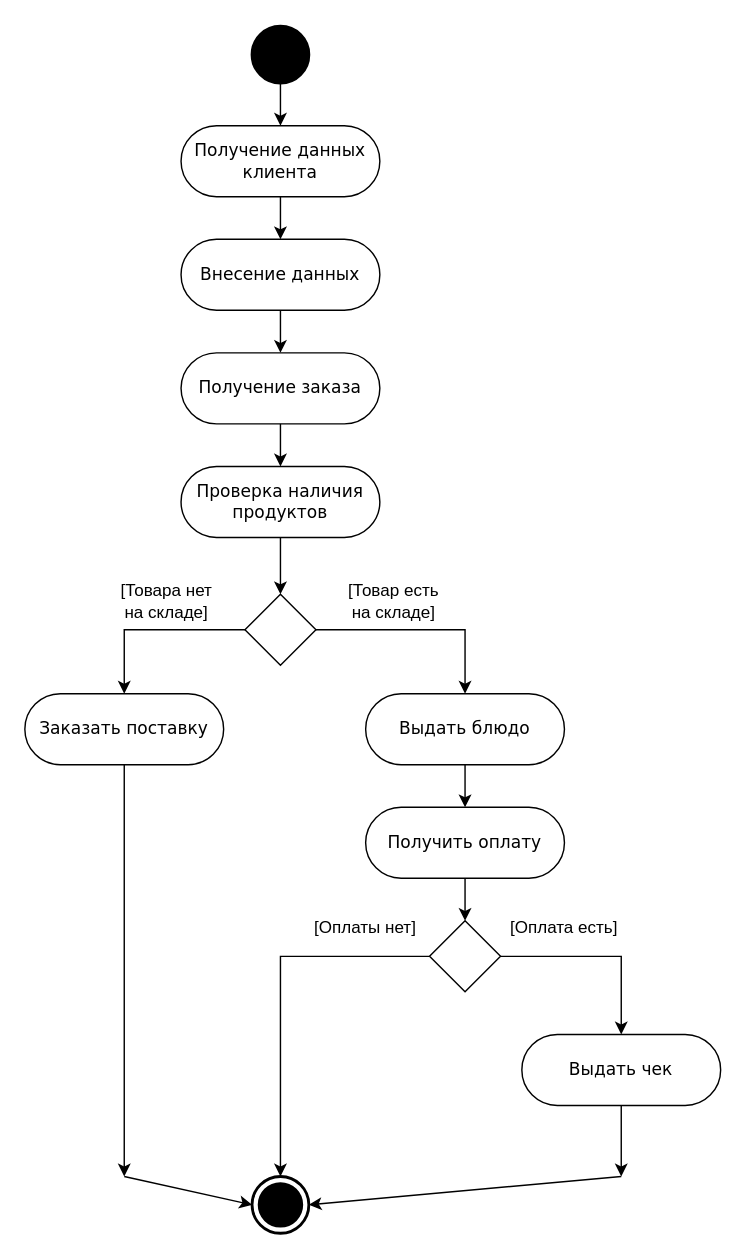
Above: Design/Activity[2-3].drawio in miragiee/Barashek-Shawn (draw.io), before the change. Source tidied: cells renumbered, new cells numbered last; positions are measured from the earlier drawing's top-left corner, leaving out a move shared by most shapes. Both pictures are drawn from the tidied source at 142%, with x=0, y=0 at pixel (24, 26).
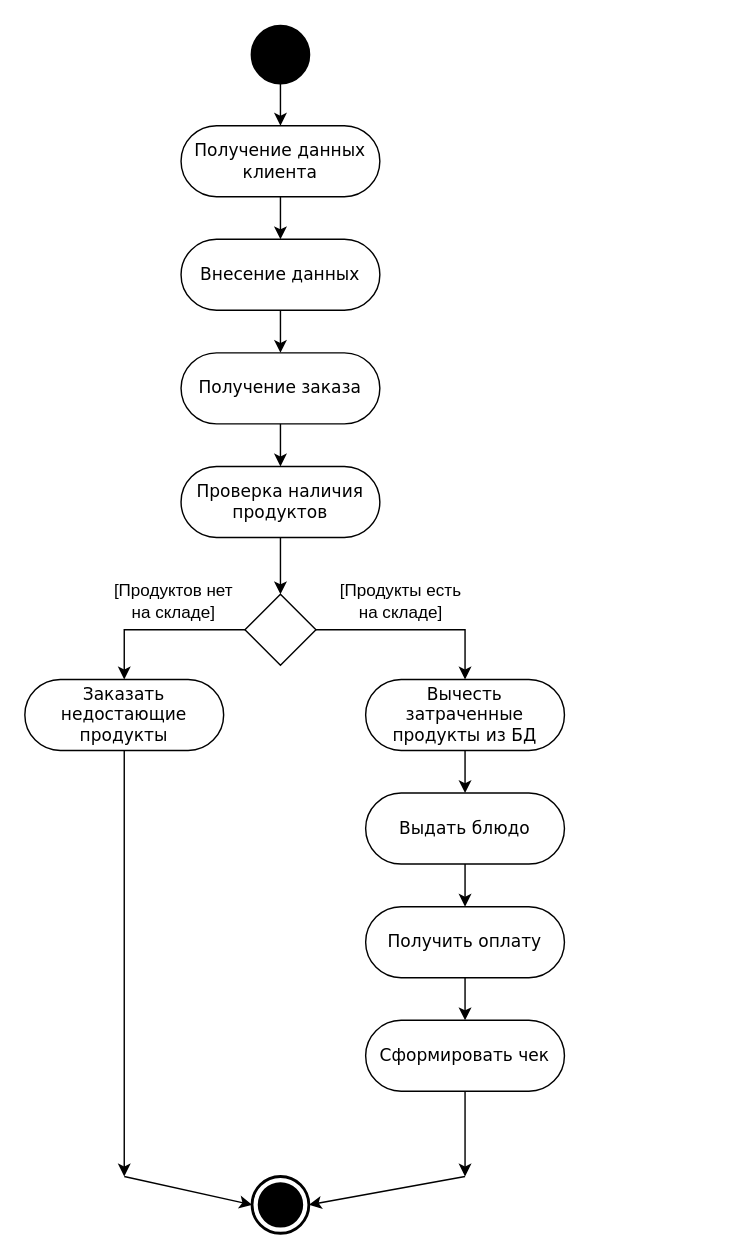
After the change.

The change refers to these unchanged cells:
```xml
<mxCell id="5" value="Получение данных клиента" style="rounded=1;whiteSpace=wrap;html=1;shadow=0;comic=0;labelBackgroundColor=none;strokeWidth=1;fontFamily=Verdana;fontSize=12;align=center;arcSize=50;" parent="1" vertex="1">
  <mxGeometry x="110" y="70" width="140" height="50" as="geometry" />
</mxCell>
<mxCell id="12" value="Проверка наличия продуктов" style="rounded=1;whiteSpace=wrap;html=1;shadow=0;comic=0;labelBackgroundColor=none;strokeWidth=1;fontFamily=Verdana;fontSize=12;align=center;arcSize=50;" parent="1" vertex="1">
  <mxGeometry x="110" y="310" width="140" height="50" as="geometry" />
</mxCell>
```

The edit, as a diff of the source:
```diff
@@
-    <mxCell id="2" style="edgeStyle=orthogonalEdgeStyle;rounded=0;jettySize=auto;html=1;" parent="1" edge="1" source="3" target="5">
-      <mxGeometry relative="1" as="geometry" />
-    </mxCell>
-    <mxCell id="3" style="shape=ellipse;html=1;fillColor=strokeColor;strokeWidth=2;verticalLabelPosition=bottom;verticalAlignment=top;perimeter=ellipsePerimeter;" parent="1" vertex="1">
-      <mxGeometry x="160" width="40" height="40" as="geometry" />
-    </mxCell>
+    <mxCell id="33" style="edgeStyle=orthogonalEdgeStyle;rounded=0;jettySize=auto;html=1;" parent="1" edge="1" source="34" target="5">
+      <mxGeometry relative="1" as="geometry" />
+    </mxCell>
+    <mxCell id="34" style="shape=ellipse;html=1;fillColor=strokeColor;strokeWidth=2;verticalLabelPosition=bottom;verticalAlignment=top;perimeter=ellipsePerimeter;" parent="1" vertex="1">
+      <mxGeometry x="160" width="40" height="40" as="geometry" />
+    </mxCell>
@@
-    <mxCell id="8" style="html=1;shape=mxgraph.sysml.actFinal;strokeWidth=2;verticalLabelPosition=bottom;verticalAlignment=top;" parent="1" vertex="1">
-      <mxGeometry x="160" y="810" width="40" height="40" as="geometry" />
-    </mxCell>
+    <mxCell id="35" style="html=1;shape=mxgraph.sysml.actFinal;strokeWidth=2;verticalLabelPosition=bottom;verticalAlignment=top;" parent="1" vertex="1">
+      <mxGeometry x="160" y="810" width="40" height="40" as="geometry" />
+    </mxCell>
@@
-    <mxCell id="11" style="edgeStyle=orthogonalEdgeStyle;rounded=0;jettySize=auto;html=1;" parent="1" edge="1" source="12" target="15">
-      <mxGeometry relative="1" as="geometry" />
-    </mxCell>
+    <mxCell id="36" style="edgeStyle=orthogonalEdgeStyle;rounded=0;jettySize=auto;html=1;" parent="1" edge="1" source="12" target="39">
+      <mxGeometry relative="1" as="geometry" />
+    </mxCell>
@@
-    <mxCell id="13" style="edgeStyle=orthogonalEdgeStyle;rounded=0;jettySize=auto;html=1;entryX=0.5;entryY=0;entryDx=0;entryDy=0;" parent="1" edge="1" source="15" target="19">
-      <mxGeometry relative="1" as="geometry" />
-    </mxCell>
-    <mxCell id="14" style="edgeStyle=orthogonalEdgeStyle;rounded=0;jettySize=auto;html=1;entryX=0.5;entryY=0;entryDx=0;entryDy=0;" parent="1" edge="1" source="15" target="21">
-      <mxGeometry relative="1" as="geometry" />
-    </mxCell>
-    <mxCell id="15" style="rhombus;whiteSpace=wrap;html=1;" parent="1" vertex="1">
-      <mxGeometry x="155" y="400" width="50" height="50" as="geometry" />
-    </mxCell>
-    <mxCell id="16" value="[Товар есть на складе]" style="text;html=1;whiteSpace=wrap;strokeColor=none;fillColor=none;align=center;verticalAlign=middle;rounded=0;" parent="1" vertex="1">
-      <mxGeometry x="220" y="390" width="80" height="30" as="geometry" />
-    </mxCell>
-    <mxCell id="17" value="[Товара нет на складе]" style="text;html=1;whiteSpace=wrap;strokeColor=none;fillColor=none;align=center;verticalAlign=middle;rounded=0;" parent="1" vertex="1">
-      <mxGeometry x="60" y="390" width="80" height="30" as="geometry" />
-    </mxCell>
-    <mxCell id="18" style="edgeStyle=orthogonalEdgeStyle;rounded=0;jettySize=auto;html=1;entryX=0.5;entryY=0;entryDx=0;entryDy=0;" parent="1" edge="1" source="19">
-      <mxGeometry relative="1" as="geometry">
-        <mxPoint x="310" y="550" as="targetPoint" />
-      </mxGeometry>
-    </mxCell>
+    <mxCell id="37" style="edgeStyle=orthogonalEdgeStyle;rounded=0;jettySize=auto;html=1;entryX=0.5;entryY=0;entryDx=0;entryDy=0;" parent="1" edge="1" source="51" target="19">
+      <mxGeometry relative="1" as="geometry" />
+    </mxCell>
+    <mxCell id="38" style="edgeStyle=orthogonalEdgeStyle;rounded=0;jettySize=auto;html=1;entryX=0.5;entryY=0;entryDx=0;entryDy=0;" parent="1" edge="1" source="39" target="44">
+      <mxGeometry relative="1" as="geometry" />
+    </mxCell>
+    <mxCell id="39" style="rhombus;whiteSpace=wrap;html=1;" parent="1" vertex="1">
+      <mxGeometry x="155" y="400" width="50" height="50" as="geometry" />
+    </mxCell>
+    <mxCell id="40" value="[Продукты есть на складе]" style="text;html=1;whiteSpace=wrap;strokeColor=none;fillColor=none;align=center;verticalAlign=middle;rounded=0;" parent="1" vertex="1">
+      <mxGeometry x="220" y="390" width="90" height="30" as="geometry" />
+    </mxCell>
+    <mxCell id="41" value="[Продуктов нет на складе]" style="text;html=1;whiteSpace=wrap;strokeColor=none;fillColor=none;align=center;verticalAlign=middle;rounded=0;" parent="1" vertex="1">
+      <mxGeometry x="60" y="390" width="90" height="30" as="geometry" />
+    </mxCell>
+    <mxCell id="42" style="edgeStyle=orthogonalEdgeStyle;rounded=0;jettySize=auto;html=1;entryX=0.5;entryY=0;entryDx=0;entryDy=0;" parent="1" edge="1" source="19" target="23">
+      <mxGeometry relative="1" as="geometry" />
+    </mxCell>
     <mxCell id="19" value="Выдать блюдо" style="rounded=1;whiteSpace=wrap;html=1;shadow=0;comic=0;labelBackgroundColor=none;strokeWidth=1;fontFamily=Verdana;fontSize=12;align=center;arcSize=50;" parent="1" vertex="1">
-      <mxGeometry x="240" y="470" width="140" height="50" as="geometry" />
+      <mxGeometry x="240" y="540" width="140" height="50" as="geometry" />
     </mxCell>
-    <mxCell id="20" style="edgeStyle=orthogonalEdgeStyle;rounded=0;jettySize=auto;html=1;" parent="1" edge="1" source="21">
-      <mxGeometry relative="1" as="geometry">
-        <mxPoint x="70" y="810" as="targetPoint" />
-      </mxGeometry>
-    </mxCell>
-    <mxCell id="21" value="Заказать поставку" style="rounded=1;whiteSpace=wrap;html=1;shadow=0;comic=0;labelBackgroundColor=none;strokeWidth=1;fontFamily=Verdana;fontSize=12;align=center;arcSize=50;" parent="1" vertex="1">
-      <mxGeometry y="470" width="140" height="50" as="geometry" />
-    </mxCell>
-    <mxCell id="22" style="edgeStyle=orthogonalEdgeStyle;rounded=0;jettySize=auto;html=1;entryX=0.5;entryY=0;entryDx=0;entryDy=0;" parent="1" edge="1" source="23" target="25">
-      <mxGeometry relative="1" as="geometry" />
-    </mxCell>
+    <mxCell id="43" style="edgeStyle=orthogonalEdgeStyle;rounded=0;jettySize=auto;html=1;exitX=0.5;exitY=1;exitDx=0;exitDy=0;" parent="1" edge="1" source="44">
+      <mxGeometry relative="1" as="geometry">
+        <mxPoint x="70" y="810" as="targetPoint" />
+      </mxGeometry>
+    </mxCell>
+    <mxCell id="44" value="Заказать недостающие продукты" style="rounded=1;whiteSpace=wrap;html=1;shadow=0;comic=0;labelBackgroundColor=none;strokeWidth=1;fontFamily=Verdana;fontSize=12;align=center;arcSize=50;" parent="1" vertex="1">
+      <mxGeometry y="460" width="140" height="50" as="geometry" />
+    </mxCell>
+    <mxCell id="45" style="edgeStyle=orthogonalEdgeStyle;rounded=0;jettySize=auto;html=1;entryX=0.5;entryY=0;entryDx=0;entryDy=0;" parent="1" edge="1" source="23" target="47">
+      <mxGeometry relative="1" as="geometry" />
+    </mxCell>
     <mxCell id="23" value="Получить оплату" style="rounded=1;whiteSpace=wrap;html=1;shadow=0;comic=0;labelBackgroundColor=none;strokeWidth=1;fontFamily=Verdana;fontSize=12;align=center;arcSize=50;" parent="1" vertex="1">
-      <mxGeometry x="240" y="550" width="140" height="50" as="geometry" />
+      <mxGeometry x="240" y="620" width="140" height="50" as="geometry" />
     </mxCell>
-    <mxCell id="24" style="edgeStyle=orthogonalEdgeStyle;rounded=0;jettySize=auto;html=1;entryX=0.5;entryY=0;entryDx=0;entryDy=0;" parent="1" edge="1" source="25" target="27">
-      <mxGeometry relative="1" as="geometry" />
-    </mxCell>
-    <mxCell id="25" style="rhombus;whiteSpace=wrap;html=1;" parent="1" vertex="1">
-      <mxGeometry x="285" y="630" width="50" height="50" as="geometry" />
-    </mxCell>
-    <mxCell id="26" style="edgeStyle=orthogonalEdgeStyle;rounded=0;jettySize=auto;html=1;" parent="1" edge="1" source="27">
-      <mxGeometry relative="1" as="geometry">
-        <mxPoint x="420" y="810" as="targetPoint" />
-      </mxGeometry>
-    </mxCell>
-    <mxCell id="27" value="Выдать чек" style="rounded=1;whiteSpace=wrap;html=1;shadow=0;comic=0;labelBackgroundColor=none;strokeWidth=1;fontFamily=Verdana;fontSize=12;align=center;arcSize=50;" parent="1" vertex="1">
-      <mxGeometry x="350" y="710" width="140" height="50" as="geometry" />
-    </mxCell>
-    <mxCell id="28" value="[Оплата есть]" style="text;html=1;whiteSpace=wrap;strokeColor=none;fillColor=none;align=center;verticalAlign=middle;rounded=0;" parent="1" vertex="1">
-      <mxGeometry x="340" y="620" width="80" height="30" as="geometry" />
-    </mxCell>
-    <mxCell id="29" value="[Оплаты нет]" style="text;html=1;whiteSpace=wrap;strokeColor=none;fillColor=none;align=center;verticalAlign=middle;rounded=0;" parent="1" vertex="1">
-      <mxGeometry x="200" y="620" width="80" height="30" as="geometry" />
-    </mxCell>
-    <mxCell id="30" style="edgeStyle=orthogonalEdgeStyle;rounded=0;jettySize=auto;html=1;entryX=0.5;entryY=0;entryDx=0;entryDy=0;entryPerimeter=0;" parent="1" edge="1" source="25" target="8">
-      <mxGeometry relative="1" as="geometry" />
-    </mxCell>
-    <mxCell id="31" style="rounded=0;jettySize=auto;html=1;entryX=1;entryY=0.5;entryDx=0;entryDy=0;entryPerimeter=0;strokeColor=default;shadow=0;flowAnimation=0;" parent="1" edge="1" target="8">
-      <mxGeometry relative="1" as="geometry">
-        <mxPoint x="420" y="810" as="sourcePoint" />
-      </mxGeometry>
-    </mxCell>
-    <mxCell id="32" style="rounded=0;jettySize=auto;html=1;entryX=0;entryY=0.5;entryDx=0;entryDy=0;entryPerimeter=0;strokeColor=default;shadow=0;flowAnimation=0;" parent="1" edge="1" target="8">
-      <mxGeometry relative="1" as="geometry">
-        <mxPoint x="70" y="810" as="sourcePoint" />
-      </mxGeometry>
-    </mxCell>
+    <mxCell id="46" style="edgeStyle=orthogonalEdgeStyle;rounded=0;jettySize=auto;html=1;" parent="1" edge="1" source="47">
+      <mxGeometry relative="1" as="geometry">
+        <mxPoint x="310" y="810" as="targetPoint" />
+        <Array as="points">
+          <mxPoint x="310" y="810" />
+        </Array>
+      </mxGeometry>
+    </mxCell>
+    <mxCell id="47" value="Сформировать чек" style="rounded=1;whiteSpace=wrap;html=1;shadow=0;comic=0;labelBackgroundColor=none;strokeWidth=1;fontFamily=Verdana;fontSize=12;align=center;arcSize=50;" parent="1" vertex="1">
+      <mxGeometry x="240" y="700" width="140" height="50" as="geometry" />
+    </mxCell>
+    <mxCell id="48" style="rounded=0;jettySize=auto;html=1;entryX=1;entryY=0.5;entryDx=0;entryDy=0;entryPerimeter=0;strokeColor=default;shadow=0;flowAnimation=0;" parent="1" edge="1" target="35">
+      <mxGeometry relative="1" as="geometry">
+        <mxPoint x="310" y="810" as="sourcePoint" />
+      </mxGeometry>
+    </mxCell>
+    <mxCell id="49" style="rounded=0;jettySize=auto;html=1;entryX=0;entryY=0.5;entryDx=0;entryDy=0;entryPerimeter=0;strokeColor=default;shadow=0;flowAnimation=0;" parent="1" edge="1" target="35">
+      <mxGeometry relative="1" as="geometry">
+        <mxPoint x="70" y="810" as="sourcePoint" />
+      </mxGeometry>
+    </mxCell>
+    <mxCell id="50" style="edgeStyle=orthogonalEdgeStyle;rounded=0;jettySize=auto;html=1;entryX=0.5;entryY=0;entryDx=0;entryDy=0;" parent="1" edge="1" source="39" target="51">
+      <mxGeometry relative="1" as="geometry" />
+    </mxCell>
+    <mxCell id="51" value="Вычесть затраченные продукты из БД" style="rounded=1;whiteSpace=wrap;html=1;shadow=0;comic=0;labelBackgroundColor=none;strokeWidth=1;fontFamily=Verdana;fontSize=12;align=center;arcSize=50;" parent="1" vertex="1">
+      <mxGeometry x="240" y="460" width="140" height="50" as="geometry" />
+    </mxCell>
```
